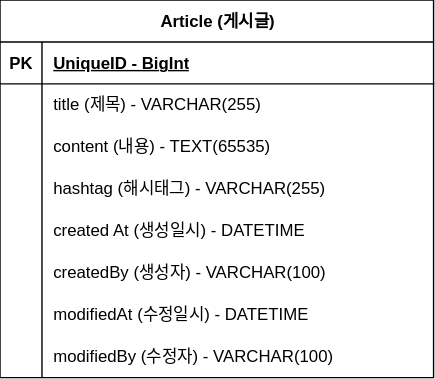
The draw.io diagram document/erd.svg in arrilab/practice-board, before a commit. Source tidied: cells renumbered, new cells last; positions are measured from the earlier drawing's top-left corner, leaving out a move shared by most shapes.
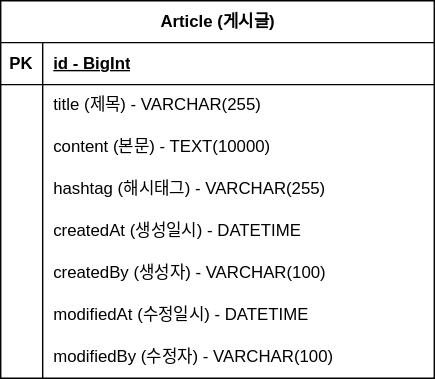
Later version of the same file.

Commit message:
doc: #10-erd 오타수정, 본문 크기 축소

Diff of the diagram source:
```diff
@@ -11,7 +11,7 @@
     <mxCell id="4" value="PK" style="shape=partialRectangle;fillColor=none;top=0;left=0;bottom=0;right=0;fontStyle=1;overflow=hidden;whiteSpace=wrap;html=1;" parent="3" vertex="1">
       <mxGeometry width="30" height="30" as="geometry" />
     </mxCell>
-    <mxCell id="5" value="UniqueID - BigInt" style="shape=partialRectangle;fillColor=none;top=0;left=0;bottom=0;right=0;align=left;spacingLeft=6;fontStyle=5;overflow=hidden;whiteSpace=wrap;html=1;" parent="3" vertex="1">
+    <mxCell id="5" value="id - BigInt" style="shape=partialRectangle;fillColor=none;top=0;left=0;bottom=0;right=0;align=left;spacingLeft=6;fontStyle=5;overflow=hidden;whiteSpace=wrap;html=1;" parent="3" vertex="1">
       <mxGeometry x="30" width="280" height="30" as="geometry" />
     </mxCell>
     <mxCell id="6" style="shape=tableRow;horizontal=0;startSize=0;swimlaneHead=0;swimlaneBody=0;fillColor=none;top=0;left=0;right=0;bottom=0;" parent="2" vertex="1">
@@ -29,7 +29,7 @@
     <mxCell id="10" style="shape=partialRectangle;fillColor=none;top=0;left=0;bottom=0;right=0;overflow=hidden;whiteSpace=wrap;html=1;" parent="9" vertex="1">
       <mxGeometry width="30" height="30" as="geometry" />
     </mxCell>
-    <mxCell id="11" value="content (내용) - TEXT(65535)" style="shape=partialRectangle;fillColor=none;top=0;left=0;bottom=0;right=0;align=left;spacingLeft=6;overflow=hidden;whiteSpace=wrap;html=1;" parent="9" vertex="1">
+    <mxCell id="11" value="content (본문) - TEXT(10000)" style="shape=partialRectangle;fillColor=none;top=0;left=0;bottom=0;right=0;align=left;spacingLeft=6;overflow=hidden;whiteSpace=wrap;html=1;" parent="9" vertex="1">
       <mxGeometry x="30" width="280" height="30" as="geometry" />
     </mxCell>
     <mxCell id="12" style="shape=tableRow;horizontal=0;startSize=0;swimlaneHead=0;swimlaneBody=0;fillColor=none;top=0;left=0;right=0;bottom=0;" parent="2" vertex="1">
@@ -47,7 +47,7 @@
     <mxCell id="16" style="shape=partialRectangle;fillColor=none;top=0;left=0;bottom=0;right=0;overflow=hidden;whiteSpace=wrap;html=1;" parent="15" vertex="1">
       <mxGeometry width="30" height="30" as="geometry" />
     </mxCell>
-    <mxCell id="17" value="created At (생성일시) - DATETIME" style="shape=partialRectangle;fillColor=none;top=0;left=0;bottom=0;right=0;align=left;spacingLeft=6;overflow=hidden;whiteSpace=wrap;html=1;" parent="15" vertex="1">
+    <mxCell id="17" value="createdAt (생성일시) - DATETIME" style="shape=partialRectangle;fillColor=none;top=0;left=0;bottom=0;right=0;align=left;spacingLeft=6;overflow=hidden;whiteSpace=wrap;html=1;" parent="15" vertex="1">
       <mxGeometry x="30" width="280" height="30" as="geometry" />
     </mxCell>
     <mxCell id="18" style="shape=tableRow;horizontal=0;startSize=0;swimlaneHead=0;swimlaneBody=0;fillColor=none;top=0;left=0;right=0;bottom=0;" parent="2" vertex="1">
```
